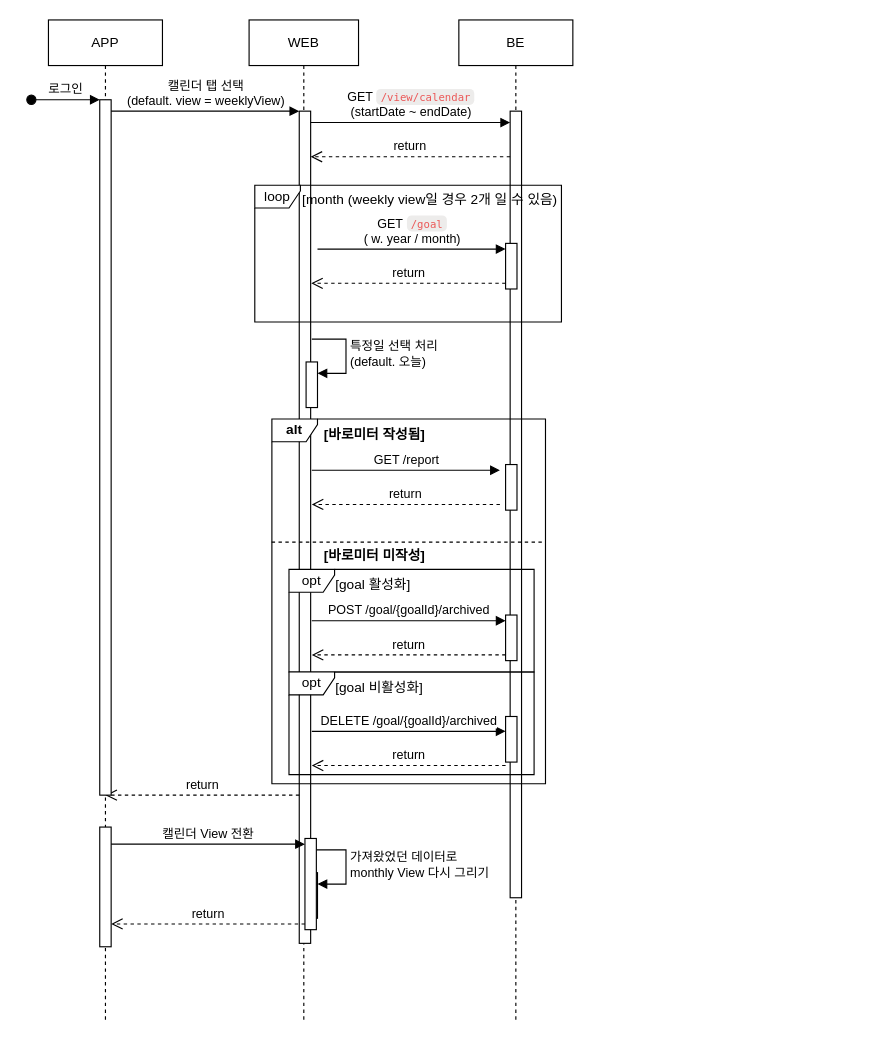
Before: drawio/barometer_sequence.drawio in baro-meter/barometer-frontend, a draw.io diagram. Source tidied: cells renumbered, new cells numbered last; positions are measured from the earlier drawing's top-left corner, leaving out a move shared by most shapes. Both pictures are drawn from the tidied source at 114%, with x=0, y=0 at pixel (31, 19).
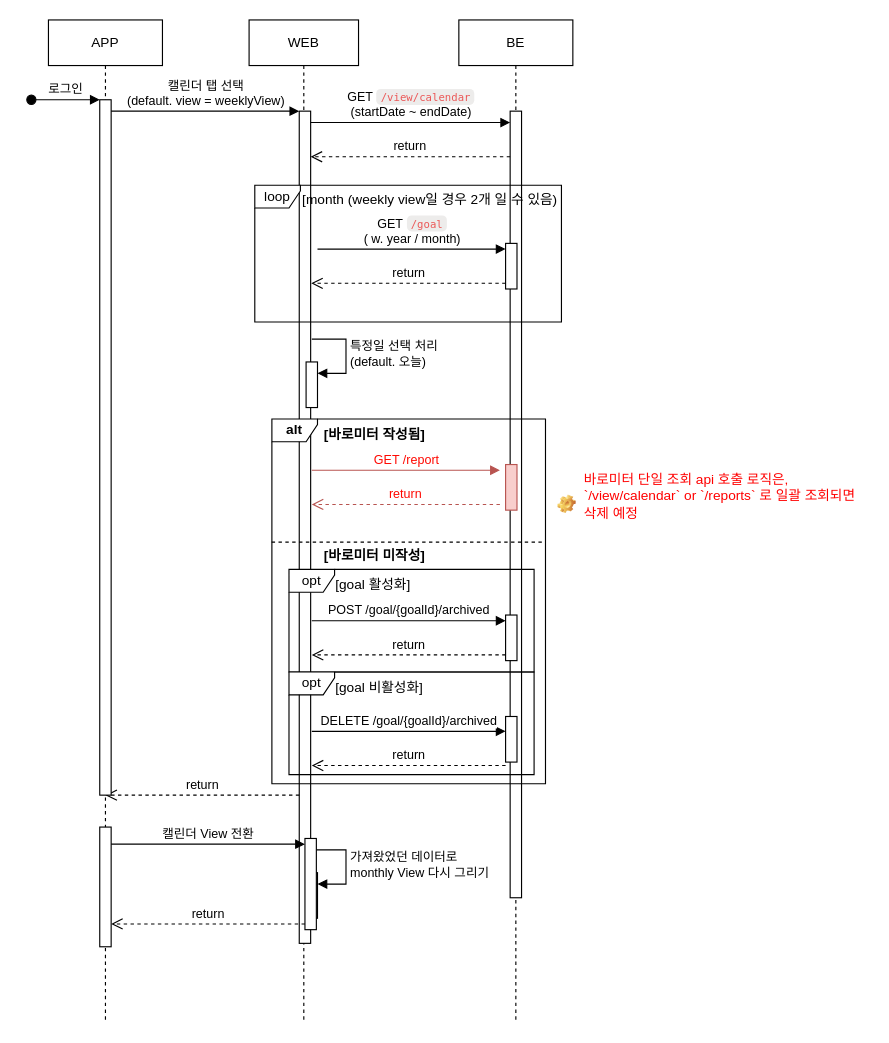
The same page after the edit.

Unchanged cells that the change refers to:
```xml
<mxCell id="5" value="WEB" style="shape=umlLifeline;perimeter=lifelinePerimeter;whiteSpace=wrap;html=1;newEdgeStyle={&quot;edgeStyle&quot;:&quot;elbowEdgeStyle&quot;,&quot;elbow&quot;:&quot;vertical&quot;,&quot;curved&quot;:0,&quot;rounded&quot;:0};" parent="1" vertex="1">
  <mxGeometry x="191" width="96" height="880" as="geometry" />
</mxCell>
```

What changed in the source:
```diff
@@
-    <mxCell id="12" value="GET /report" style="html=1;verticalAlign=bottom;endArrow=block;curved=0;rounded=0;entryX=0;entryY=0;entryDx=0;entryDy=5;" parent="5" edge="1">
+    <mxCell id="12" value="GET /report" style="html=1;verticalAlign=bottom;endArrow=block;curved=0;rounded=0;entryX=0;entryY=0;entryDx=0;entryDy=5;fillColor=#f8cecc;strokeColor=#b85450;fontColor=#FF0800;" parent="5" edge="1">
       <mxGeometry relative="1" as="geometry">
         <mxPoint x="55" y="395" as="sourcePoint" />
         <mxPoint x="220" y="395" as="targetPoint" />
       </mxGeometry>
     </mxCell>
-    <mxCell id="13" value="return" style="html=1;verticalAlign=bottom;endArrow=open;dashed=1;endSize=8;curved=0;rounded=0;exitX=0;exitY=1;exitDx=0;exitDy=-5;" parent="5" edge="1">
+    <mxCell id="13" value="return" style="html=1;verticalAlign=bottom;endArrow=open;dashed=1;endSize=8;curved=0;rounded=0;exitX=0;exitY=1;exitDx=0;exitDy=-5;fillColor=#f8cecc;strokeColor=#b85450;fontColor=#FF0800;" parent="5" edge="1">
       <mxGeometry relative="1" as="geometry">
         <mxPoint x="220" y="425" as="sourcePoint" />
         <mxPoint x="55" y="425" as="targetPoint" />
       </mxGeometry>
     </mxCell>
@@
-    <mxCell id="16" style="html=1;perimeter=orthogonalPerimeter;targetShapes=umlLifeline;newEdgeStyle={&quot;curved&quot;:0,&quot;rounded&quot;:0};" parent="5" vertex="1">
+    <mxCell id="16" style="html=1;perimeter=orthogonalPerimeter;targetShapes=umlLifeline;newEdgeStyle={&quot;curved&quot;:0,&quot;rounded&quot;:0};fillColor=#f8cecc;strokeColor=#b85450;fontColor=#FF0800;" parent="5" vertex="1">
       <mxGeometry x="225" y="390" width="10" height="40" as="geometry" />
     </mxCell>
@@
+    <mxCell id="45" value="바로미터 단일 조회 api 호출 로직은, `/view/calendar` or `/reports` 로 일괄 조회되면&lt;br&gt;삭제 예정" style="label;fontStyle=0;strokeColor=none;fillColor=none;align=left;verticalAlign=top;overflow=hidden;spacingLeft=28;spacingRight=4;imageWidth=16;imageHeight=16;whiteSpace=wrap;html=1;image=img/clipart/Gear_128x128.png;fontColor=#ff0000;" parent="1" vertex="1">
+      <mxGeometry x="455" y="390" width="280" height="70" as="geometry" />
+    </mxCell>
```
